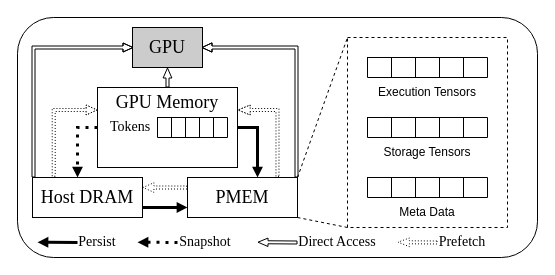
Above: fig/system_design.drawio in icszhr/NCheck (draw.io), before the change. Source tidied: cells renumbered, new cells numbered last; positions are measured from the earlier drawing's top-left corner, leaving out a move shared by most shapes. Both pictures are drawn from the tidied source at 100%, with x=0, y=0 at pixel (17, 17).
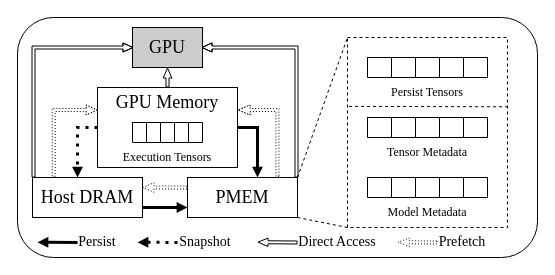
The same diagram, later.

Diff of the diagram source:
```diff
@@
-    <mxCell id="25" value="Execution Tensors" style="text;html=1;align=center;verticalAlign=middle;whiteSpace=wrap;rounded=0;" parent="1" vertex="1">
+    <mxCell id="25" value="&lt;font face=&quot;Times New Roman&quot;&gt;Persist Tensors&lt;/font&gt;" style="text;html=1;align=center;verticalAlign=middle;whiteSpace=wrap;rounded=0;" parent="1" vertex="1">
       <mxGeometry x="360" y="60" width="100" height="30" as="geometry" />
     </mxCell>
@@
-    <mxCell id="33" value="Storage Tensors" style="text;html=1;align=center;verticalAlign=middle;whiteSpace=wrap;rounded=0;" parent="1" vertex="1">
+    <mxCell id="33" value="&lt;font face=&quot;Times New Roman&quot;&gt;Tensor Metadata&lt;/font&gt;" style="text;html=1;align=center;verticalAlign=middle;whiteSpace=wrap;rounded=0;" parent="1" vertex="1">
       <mxGeometry x="360" y="120" width="100" height="30" as="geometry" />
     </mxCell>
@@
-    <mxCell id="41" value="Meta Data" style="text;html=1;align=center;verticalAlign=middle;whiteSpace=wrap;rounded=0;" parent="1" vertex="1">
+    <mxCell id="41" value="&lt;font face=&quot;Times New Roman&quot;&gt;Model Metadata&lt;/font&gt;" style="text;html=1;align=center;verticalAlign=middle;whiteSpace=wrap;rounded=0;" parent="1" vertex="1">
       <mxGeometry x="360" y="180" width="100" height="30" as="geometry" />
     </mxCell>
@@
     <mxCell id="52" style="shape=table;startSize=0;childLayout=tableLayout;" parent="1" vertex="1">
-      <mxGeometry x="140" y="100" width="70" height="20" as="geometry" />
+      <mxGeometry x="115" y="105" width="70" height="20" as="geometry" />
     </mxCell>
@@
-    <mxCell id="59" value="&lt;font style=&quot;font-size: 14px;&quot; face=&quot;Times New Roman&quot;&gt;Tokens&lt;/font&gt;" style="text;html=1;align=center;verticalAlign=middle;whiteSpace=wrap;rounded=0;" parent="1" vertex="1">
-      <mxGeometry x="43" y="95" width="140" height="30" as="geometry" />
-    </mxCell>
+    <mxCell id="60" style="rounded=0;orthogonalLoop=1;jettySize=auto;html=1;exitX=0.01;exitY=0.326;exitDx=0;exitDy=0;entryX=1.013;entryY=0.328;entryDx=0;entryDy=0;endArrow=none;endFill=0;dashed=1;entryPerimeter=0;exitPerimeter=0;" parent="1" edge="1">
+      <mxGeometry relative="1" as="geometry">
+        <mxPoint x="331.6" y="88.9" as="sourcePoint" />
+        <mxPoint x="492.1" y="89.3" as="targetPoint" />
+      </mxGeometry>
+    </mxCell>
+    <mxCell id="61" value="&lt;font face=&quot;Times New Roman&quot;&gt;Execution Tensors&lt;/font&gt;" style="text;html=1;align=center;verticalAlign=middle;whiteSpace=wrap;rounded=0;" parent="1" vertex="1">
+      <mxGeometry x="100" y="125" width="100" height="30" as="geometry" />
+    </mxCell>
```
